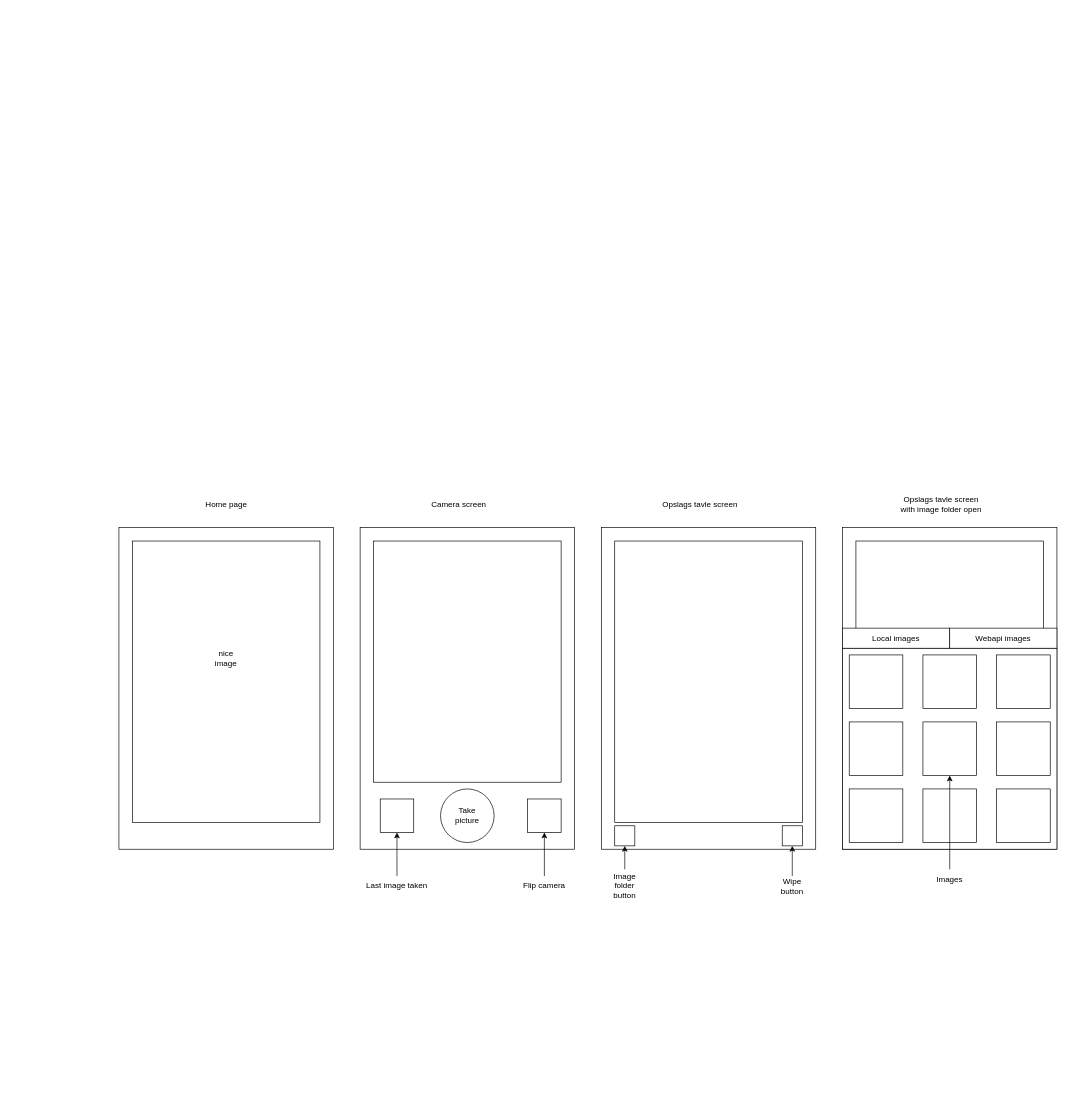
The draw.io diagram Flutter/opslags_tavle/Docs/PageMarkup.drawio in williamjseim/H3, before the edit. Source tidied: cells renumbered, new cells numbered last; positions are measured from the earlier drawing's top-left corner, leaving out a move shared by most shapes. Both pictures are drawn from the tidied source at 67%, with x=0, y=0 at pixel (119, 494).
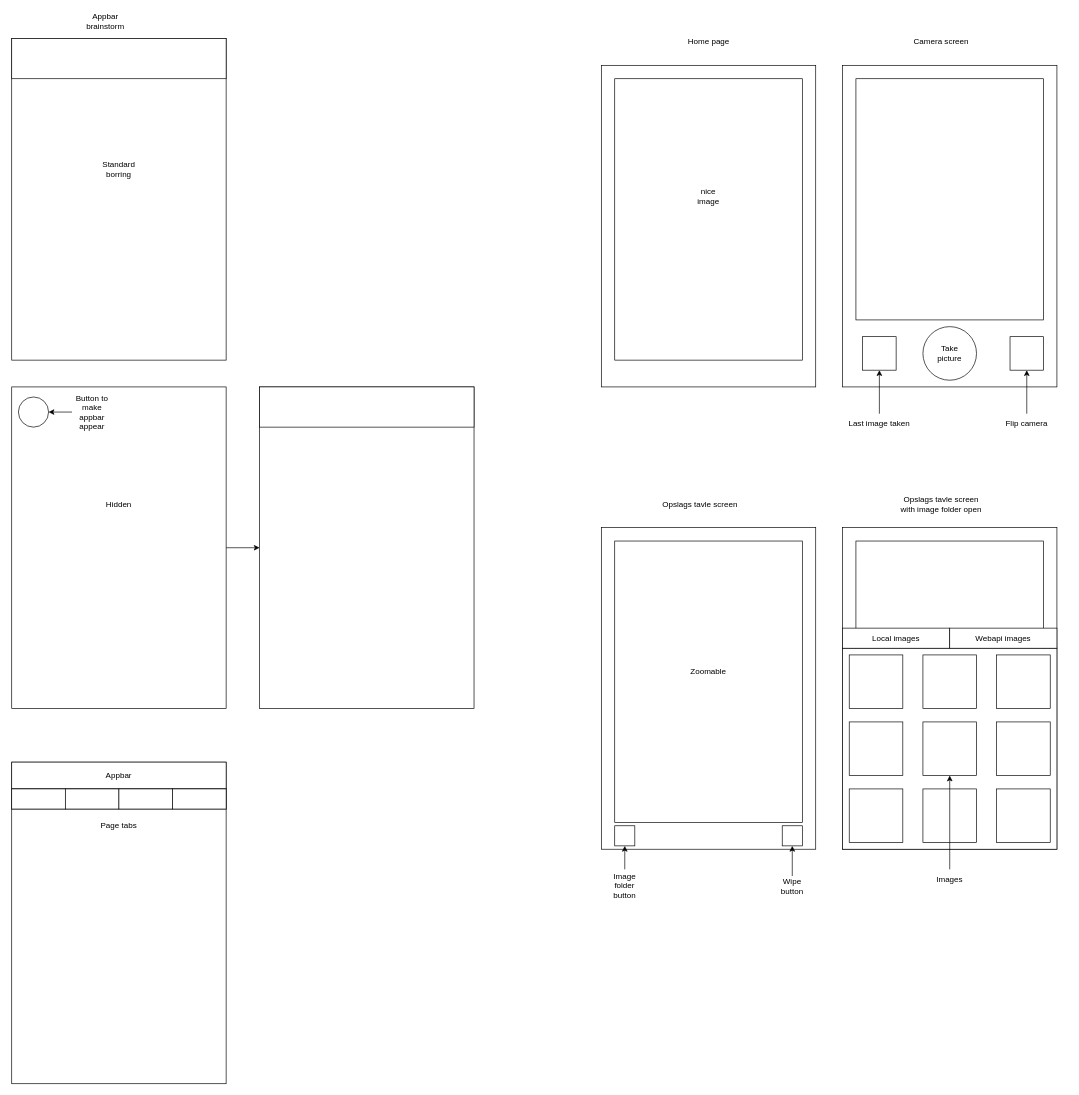
Above is the later version.

The edit, as a diff of the source:
```diff
@@
     <mxCell id="2" style="rounded=0;whiteSpace=wrap;html=1;" parent="1" vertex="1">
-      <mxGeometry x="360" y="50" width="320" height="480" as="geometry" />
+      <mxGeometry x="1080" y="-640" width="320" height="480" as="geometry" />
     </mxCell>
     <mxCell id="3" style="rounded=0;whiteSpace=wrap;html=1;" parent="1" vertex="1">
-      <mxGeometry x="380" y="70" width="280" height="360" as="geometry" />
+      <mxGeometry x="1100" y="-620" width="280" height="360" as="geometry" />
     </mxCell>
     <mxCell id="4" style="ellipse;whiteSpace=wrap;html=1;" parent="1" vertex="1">
-      <mxGeometry x="480" y="440" width="80" height="80" as="geometry" />
+      <mxGeometry x="1200" y="-250" width="80" height="80" as="geometry" />
     </mxCell>
     <mxCell id="5" style="whiteSpace=wrap;html=1;" parent="1" vertex="1">
-      <mxGeometry x="390" y="455" width="50" height="50" as="geometry" />
+      <mxGeometry x="1110" y="-235" width="50" height="50" as="geometry" />
     </mxCell>
     <mxCell id="6" value="Last image taken" style="text;html=1;strokeColor=none;fillColor=none;align=center;verticalAlign=middle;whiteSpace=wrap;rounded=0;" parent="1" vertex="1">
-      <mxGeometry x="355" y="570" width="120" height="30" as="geometry" />
+      <mxGeometry x="1075" y="-120" width="120" height="30" as="geometry" />
     </mxCell>
@@
     <mxCell id="8" value="Take picture" style="text;html=1;strokeColor=none;fillColor=none;align=center;verticalAlign=middle;whiteSpace=wrap;rounded=0;" parent="1" vertex="1">
-      <mxGeometry x="490" y="465" width="60" height="30" as="geometry" />
+      <mxGeometry x="1210" y="-225" width="60" height="30" as="geometry" />
     </mxCell>
@@
     <mxCell id="11" value="Camera screen" style="text;html=1;strokeColor=none;fillColor=none;align=center;verticalAlign=middle;whiteSpace=wrap;rounded=0;" parent="1" vertex="1">
-      <mxGeometry x="440" width="135" height="30" as="geometry" />
+      <mxGeometry x="1160" y="-690" width="135" height="30" as="geometry" />
     </mxCell>
@@
     <mxCell id="38" style="rounded=0;whiteSpace=wrap;html=1;" parent="1" vertex="1">
-      <mxGeometry y="50" width="320" height="480" as="geometry" />
+      <mxGeometry x="720" y="-640" width="320" height="480" as="geometry" />
     </mxCell>
     <mxCell id="39" value="Home page" style="text;html=1;strokeColor=none;fillColor=none;align=center;verticalAlign=middle;whiteSpace=wrap;rounded=0;" parent="1" vertex="1">
-      <mxGeometry x="92.5" width="135" height="30" as="geometry" />
+      <mxGeometry x="812.5" y="-690" width="135" height="30" as="geometry" />
     </mxCell>
     <mxCell id="40" style="rounded=0;whiteSpace=wrap;html=1;" parent="1" vertex="1">
-      <mxGeometry x="20" y="70" width="280" height="420" as="geometry" />
+      <mxGeometry x="740" y="-620" width="280" height="420" as="geometry" />
     </mxCell>
     <mxCell id="41" value="nice image" style="text;html=1;strokeColor=none;fillColor=none;align=center;verticalAlign=middle;whiteSpace=wrap;rounded=0;" parent="1" vertex="1">
-      <mxGeometry x="130" y="230" width="60" height="30" as="geometry" />
+      <mxGeometry x="850" y="-460" width="60" height="30" as="geometry" />
     </mxCell>
     <mxCell id="42" style="whiteSpace=wrap;html=1;" parent="1" vertex="1">
-      <mxGeometry x="610" y="455" width="50" height="50" as="geometry" />
+      <mxGeometry x="1330" y="-235" width="50" height="50" as="geometry" />
     </mxCell>
@@
     <mxCell id="44" value="Flip camera" style="text;html=1;strokeColor=none;fillColor=none;align=center;verticalAlign=middle;whiteSpace=wrap;rounded=0;" parent="1" vertex="1">
-      <mxGeometry x="575" y="570" width="120" height="30" as="geometry" />
+      <mxGeometry x="1295" y="-120" width="120" height="30" as="geometry" />
     </mxCell>
+    <mxCell id="45" value="Zoomable" style="text;html=1;strokeColor=none;fillColor=none;align=center;verticalAlign=middle;whiteSpace=wrap;rounded=0;" parent="1" vertex="1">
+      <mxGeometry x="850" y="250" width="60" height="30" as="geometry" />
+    </mxCell>
+    <mxCell id="46" style="rounded=0;whiteSpace=wrap;html=1;" parent="1" vertex="1">
+      <mxGeometry x="-160" y="-680" width="320" height="480" as="geometry" />
+    </mxCell>
+    <mxCell id="47" style="edgeStyle=none;html=1;" parent="1" edge="1" source="48" target="53">
+      <mxGeometry relative="1" as="geometry" />
+    </mxCell>
+    <mxCell id="48" style="rounded=0;whiteSpace=wrap;html=1;" parent="1" vertex="1">
+      <mxGeometry x="-160" y="-160" width="320" height="480" as="geometry" />
+    </mxCell>
+    <mxCell id="49" value="Appbar brainstorm" style="text;html=1;strokeColor=none;fillColor=none;align=center;verticalAlign=middle;whiteSpace=wrap;rounded=0;" parent="1" vertex="1">
+      <mxGeometry x="-50" y="-720" width="60" height="30" as="geometry" />
+    </mxCell>
+    <mxCell id="50" style="rounded=0;whiteSpace=wrap;html=1;" parent="1" vertex="1">
+      <mxGeometry x="-160" y="-680" width="320" height="60" as="geometry" />
+    </mxCell>
+    <mxCell id="51" value="Standard&lt;br&gt;borring" style="text;html=1;strokeColor=none;fillColor=none;align=center;verticalAlign=middle;whiteSpace=wrap;rounded=0;" parent="1" vertex="1">
+      <mxGeometry x="-30" y="-500" width="60" height="30" as="geometry" />
+    </mxCell>
+    <mxCell id="52" value="Hidden" style="text;html=1;strokeColor=none;fillColor=none;align=center;verticalAlign=middle;whiteSpace=wrap;rounded=0;" parent="1" vertex="1">
+      <mxGeometry x="-30" width="60" height="30" as="geometry" />
+    </mxCell>
+    <mxCell id="53" style="rounded=0;whiteSpace=wrap;html=1;" parent="1" vertex="1">
+      <mxGeometry x="210" y="-160" width="320" height="480" as="geometry" />
+    </mxCell>
+    <mxCell id="54" style="rounded=0;whiteSpace=wrap;html=1;" parent="1" vertex="1">
+      <mxGeometry x="210" y="-160" width="320" height="60" as="geometry" />
+    </mxCell>
+    <mxCell id="55" style="ellipse;whiteSpace=wrap;html=1;" parent="1" vertex="1">
+      <mxGeometry x="-150" y="-145" width="45" height="45" as="geometry" />
+    </mxCell>
+    <mxCell id="56" style="edgeStyle=none;html=1;" parent="1" edge="1" source="57" target="55">
+      <mxGeometry relative="1" as="geometry" />
+    </mxCell>
+    <mxCell id="57" value="Button to make appbar appear" style="text;html=1;strokeColor=none;fillColor=none;align=center;verticalAlign=middle;whiteSpace=wrap;rounded=0;" parent="1" vertex="1">
+      <mxGeometry x="-70" y="-137.5" width="60" height="30" as="geometry" />
+    </mxCell>
+    <mxCell id="58" style="rounded=0;whiteSpace=wrap;html=1;" parent="1" vertex="1">
+      <mxGeometry x="-160" y="400" width="320" height="480" as="geometry" />
+    </mxCell>
+    <mxCell id="59" style="rounded=0;whiteSpace=wrap;html=1;" parent="1" vertex="1">
+      <mxGeometry x="-160" y="400" width="320" height="40" as="geometry" />
+    </mxCell>
+    <mxCell id="60" value="Appbar" style="text;html=1;strokeColor=none;fillColor=none;align=center;verticalAlign=middle;whiteSpace=wrap;rounded=0;" parent="1" vertex="1">
+      <mxGeometry x="-30" y="405" width="60" height="30" as="geometry" />
+    </mxCell>
+    <mxCell id="61" style="rounded=0;whiteSpace=wrap;html=1;" parent="1" vertex="1">
+      <mxGeometry x="-160" y="440" width="320" height="30" as="geometry" />
+    </mxCell>
+    <mxCell id="62" style="rounded=0;whiteSpace=wrap;html=1;" parent="1" vertex="1">
+      <mxGeometry x="-160" y="440" width="80" height="30" as="geometry" />
+    </mxCell>
+    <mxCell id="63" style="rounded=0;whiteSpace=wrap;html=1;" parent="1" vertex="1">
+      <mxGeometry x="-80" y="440" width="80" height="30" as="geometry" />
+    </mxCell>
+    <mxCell id="64" style="rounded=0;whiteSpace=wrap;html=1;" parent="1" vertex="1">
+      <mxGeometry y="440" width="80" height="30" as="geometry" />
+    </mxCell>
+    <mxCell id="65" style="rounded=0;whiteSpace=wrap;html=1;" parent="1" vertex="1">
+      <mxGeometry x="80" y="440" width="80" height="30" as="geometry" />
+    </mxCell>
+    <mxCell id="66" value="Page tabs" style="text;html=1;strokeColor=none;fillColor=none;align=center;verticalAlign=middle;whiteSpace=wrap;rounded=0;" parent="1" vertex="1">
+      <mxGeometry x="-30" y="480" width="60" height="30" as="geometry" />
+    </mxCell>
```
